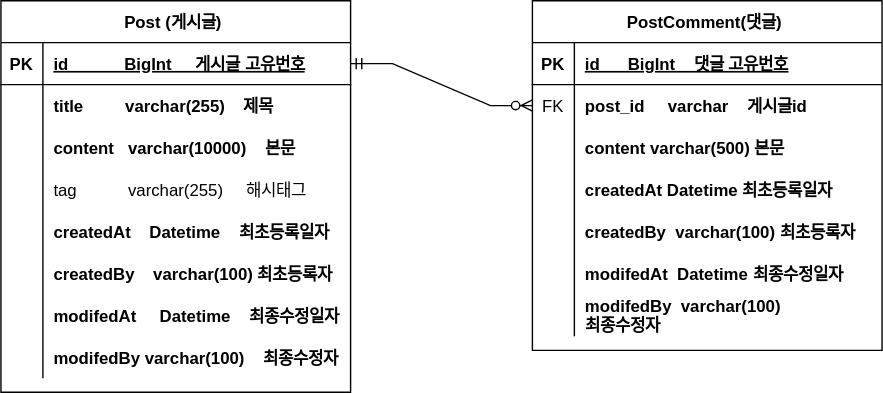
Above: document/spring-board-erd.svg in amy4229/amy-spring-board (draw.io), before the change. Source tidied: cells renumbered, new cells last; positions are measured from the earlier drawing's top-left corner, leaving out a move shared by most shapes.
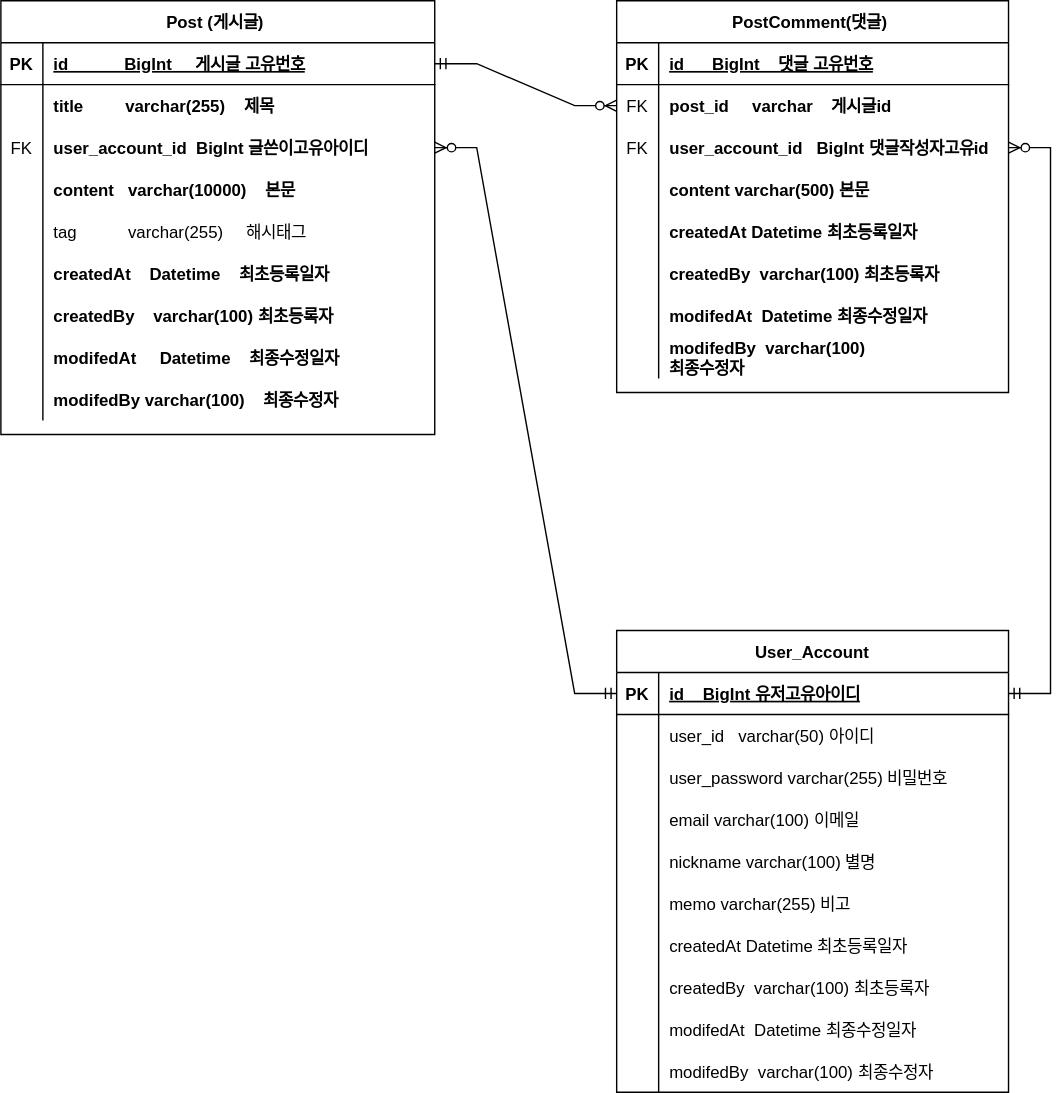
After the change.

Commit message:
#16 유저 도메인 추가를 위한 erd수정

Diff of the diagram source:
```diff
@@ -5,6 +5,6 @@
     <mxCell id="2" value="Post (게시글) " style="shape=table;startSize=30;rowLines=0;fontStyle=1;align=center;" parent="1" vertex="1">
-      <mxGeometry width="250" height="280" as="geometry" />
+      <mxGeometry x="-60" width="310" height="310" as="geometry" />
     </mxCell>
     <mxCell id="3" style="shape=partialRectangle;fillColor=none;points=[[0,0.5],[1,0.5]];portConstraint=eastwest;top=0;left=0;right=0;bottom=1;" parent="2" vertex="1">
-      <mxGeometry y="30" width="250" height="30" as="geometry" />
+      <mxGeometry y="30" width="310" height="30" as="geometry" />
     </mxCell>
@@ -14,6 +14,6 @@
     <mxCell id="5" value="id            BigInt     게시글 고유번호" style="shape=partialRectangle;overflow=hidden;fillColor=none;top=0;left=0;bottom=0;right=0;align=left;spacingLeft=6;fontStyle=5;" parent="3" vertex="1">
-      <mxGeometry x="30" width="220" height="30" as="geometry" />
+      <mxGeometry x="30" width="280" height="30" as="geometry" />
     </mxCell>
     <mxCell id="6" style="shape=partialRectangle;fillColor=none;top=0;left=0;right=0;bottom=0;" parent="2" vertex="1">
-      <mxGeometry y="60" width="250" height="30" as="geometry" />
+      <mxGeometry y="60" width="310" height="30" as="geometry" />
     </mxCell>
@@ -23,6 +23,15 @@
     <mxCell id="8" value="title         varchar(255)    제목" style="shape=partialRectangle;overflow=hidden;fillColor=none;top=0;left=0;bottom=0;right=0;align=left;spacingLeft=6;fontStyle=1;" parent="6" vertex="1">
-      <mxGeometry x="30" width="220" height="30" as="geometry" />
+      <mxGeometry x="30" width="280" height="30" as="geometry" />
     </mxCell>
+    <mxCell id="50" style="shape=partialRectangle;fillColor=none;points=[[0,0.5],[1,0.5]];portConstraint=eastwest;top=0;left=0;right=0;bottom=0;" parent="2" vertex="1">
+      <mxGeometry y="90" width="310" height="30" as="geometry" />
+    </mxCell>
+    <mxCell id="51" value="FK" style="shape=partialRectangle;overflow=hidden;fillColor=none;top=0;left=0;bottom=0;right=0;" parent="50" vertex="1">
+      <mxGeometry width="30" height="30" as="geometry" />
+    </mxCell>
+    <mxCell id="52" value="user_account_id  BigInt 글쓴이고유아이디" style="shape=partialRectangle;overflow=hidden;fillColor=none;top=0;left=0;bottom=0;right=0;align=left;spacingLeft=6;fontStyle=1;" parent="50" vertex="1">
+      <mxGeometry x="30" width="280" height="30" as="geometry" />
+    </mxCell>
     <mxCell id="9" style="shape=partialRectangle;fillColor=none;top=0;left=0;right=0;bottom=0;" parent="2" vertex="1">
-      <mxGeometry y="90" width="250" height="30" as="geometry" />
+      <mxGeometry y="120" width="310" height="30" as="geometry" />
     </mxCell>
@@ -32,6 +41,6 @@
     <mxCell id="11" value="content   varchar(10000)    본문" style="shape=partialRectangle;overflow=hidden;fillColor=none;top=0;left=0;bottom=0;right=0;align=left;spacingLeft=6;fontStyle=1;" parent="9" vertex="1">
-      <mxGeometry x="30" width="220" height="30" as="geometry" />
+      <mxGeometry x="30" width="280" height="30" as="geometry" />
     </mxCell>
     <mxCell id="12" style="shape=partialRectangle;fillColor=none;top=0;left=0;right=0;bottom=0;" parent="2" vertex="1">
-      <mxGeometry y="120" width="250" height="30" as="geometry" />
+      <mxGeometry y="150" width="310" height="30" as="geometry" />
     </mxCell>
@@ -41,6 +50,6 @@
     <mxCell id="14" value="tag           varchar(255)     해시태그" style="shape=partialRectangle;overflow=hidden;fillColor=none;top=0;left=0;bottom=0;right=0;align=left;spacingLeft=6;" parent="12" vertex="1">
-      <mxGeometry x="30" width="220" height="30" as="geometry" />
+      <mxGeometry x="30" width="280" height="30" as="geometry" />
     </mxCell>
     <mxCell id="15" style="shape=partialRectangle;fillColor=none;top=0;left=0;right=0;bottom=0;" parent="2" vertex="1">
-      <mxGeometry y="150" width="250" height="30" as="geometry" />
+      <mxGeometry y="180" width="310" height="30" as="geometry" />
     </mxCell>
@@ -50,6 +59,6 @@
     <mxCell id="17" value="createdAt    Datetime    최초등록일자" style="shape=partialRectangle;overflow=hidden;fillColor=none;top=0;left=0;bottom=0;right=0;align=left;spacingLeft=6;fontStyle=1;" parent="15" vertex="1">
-      <mxGeometry x="30" width="220" height="30" as="geometry" />
+      <mxGeometry x="30" width="280" height="30" as="geometry" />
     </mxCell>
     <mxCell id="18" style="shape=partialRectangle;fillColor=none;top=0;left=0;right=0;bottom=0;" parent="2" vertex="1">
-      <mxGeometry y="180" width="250" height="30" as="geometry" />
+      <mxGeometry y="210" width="310" height="30" as="geometry" />
     </mxCell>
@@ -59,6 +68,6 @@
     <mxCell id="20" value="createdBy    varchar(100) 최초등록자" style="shape=partialRectangle;overflow=hidden;fillColor=none;top=0;left=0;bottom=0;right=0;align=left;spacingLeft=6;fontStyle=1;" parent="18" vertex="1">
-      <mxGeometry x="30" width="220" height="30" as="geometry" />
+      <mxGeometry x="30" width="280" height="30" as="geometry" />
     </mxCell>
     <mxCell id="21" style="shape=partialRectangle;fillColor=none;top=0;left=0;right=0;bottom=0;" parent="2" vertex="1">
-      <mxGeometry y="210" width="250" height="30" as="geometry" />
+      <mxGeometry y="240" width="310" height="30" as="geometry" />
     </mxCell>
@@ -68,6 +77,6 @@
     <mxCell id="23" value="modifedAt     Datetime    최종수정일자" style="shape=partialRectangle;overflow=hidden;fillColor=none;top=0;left=0;bottom=0;right=0;align=left;spacingLeft=6;fontStyle=1;" parent="21" vertex="1">
-      <mxGeometry x="30" width="220" height="30" as="geometry" />
+      <mxGeometry x="30" width="280" height="30" as="geometry" />
     </mxCell>
     <mxCell id="24" style="shape=partialRectangle;fillColor=none;top=0;left=0;right=0;bottom=0;" parent="2" vertex="1">
-      <mxGeometry y="240" width="250" height="30" as="geometry" />
+      <mxGeometry y="270" width="310" height="30" as="geometry" />
     </mxCell>
@@ -77,9 +86,9 @@
     <mxCell id="26" value="modifedBy varchar(100)    최종수정자" style="shape=partialRectangle;overflow=hidden;fillColor=none;top=0;left=0;bottom=0;right=0;align=left;spacingLeft=6;fontStyle=1;" parent="24" vertex="1">
-      <mxGeometry x="30" width="220" height="30" as="geometry" />
+      <mxGeometry x="30" width="280" height="30" as="geometry" />
     </mxCell>
     <mxCell id="27" value="PostComment(댓글) " style="shape=table;startSize=30;rowLines=0;fontStyle=1;align=center;" parent="1" vertex="1">
-      <mxGeometry x="380" width="250" height="250" as="geometry" />
+      <mxGeometry x="380" width="280" height="280" as="geometry" />
     </mxCell>
     <mxCell id="28" style="shape=partialRectangle;fillColor=none;top=0;left=0;right=0;bottom=1;" parent="27" vertex="1">
-      <mxGeometry y="30" width="250" height="30" as="geometry" />
+      <mxGeometry y="30" width="280" height="30" as="geometry" />
     </mxCell>
@@ -89,6 +98,6 @@
     <mxCell id="30" value="id      BigInt    댓글 고유번호" style="shape=partialRectangle;overflow=hidden;fillColor=none;top=0;left=0;bottom=0;right=0;align=left;spacingLeft=6;fontStyle=5;" parent="28" vertex="1">
-      <mxGeometry x="30" width="220" height="30" as="geometry" />
+      <mxGeometry x="30" width="250" height="30" as="geometry" />
     </mxCell>
     <mxCell id="31" style="shape=partialRectangle;fillColor=none;points=[[0,0.5],[1,0.5]];portConstraint=eastwest;top=0;left=0;right=0;bottom=0;" parent="27" vertex="1">
-      <mxGeometry y="60" width="250" height="30" as="geometry" />
+      <mxGeometry y="60" width="280" height="30" as="geometry" />
     </mxCell>
@@ -98,6 +107,15 @@
     <mxCell id="33" value="post_id     varchar    게시글id" style="shape=partialRectangle;overflow=hidden;fillColor=none;top=0;left=0;bottom=0;right=0;align=left;spacingLeft=6;fontStyle=1;" parent="31" vertex="1">
-      <mxGeometry x="30" width="220" height="30" as="geometry" />
+      <mxGeometry x="30" width="250" height="30" as="geometry" />
     </mxCell>
+    <mxCell id="53" style="shape=partialRectangle;fillColor=none;points=[[0,0.5],[1,0.5]];portConstraint=eastwest;top=0;left=0;right=0;bottom=0;" parent="27" vertex="1">
+      <mxGeometry y="90" width="280" height="30" as="geometry" />
+    </mxCell>
+    <mxCell id="54" value="FK" style="shape=partialRectangle;overflow=hidden;fillColor=none;top=0;left=0;bottom=0;right=0;" parent="53" vertex="1">
+      <mxGeometry width="30" height="30" as="geometry" />
+    </mxCell>
+    <mxCell id="55" value="user_account_id   BigInt 댓글작성자고유id" style="shape=partialRectangle;overflow=hidden;fillColor=none;top=0;left=0;bottom=0;right=0;align=left;spacingLeft=6;fontStyle=1;" parent="53" vertex="1">
+      <mxGeometry x="30" width="250" height="30" as="geometry" />
+    </mxCell>
     <mxCell id="34" style="shape=partialRectangle;fillColor=none;top=0;left=0;right=0;bottom=0;" parent="27" vertex="1">
-      <mxGeometry y="90" width="250" height="30" as="geometry" />
+      <mxGeometry y="120" width="280" height="30" as="geometry" />
     </mxCell>
@@ -107,6 +125,6 @@
     <mxCell id="36" value="content varchar(500) 본문" style="shape=partialRectangle;overflow=hidden;fillColor=none;top=0;left=0;bottom=0;right=0;align=left;spacingLeft=6;fontStyle=1;" parent="34" vertex="1">
-      <mxGeometry x="30" width="220" height="30" as="geometry" />
+      <mxGeometry x="30" width="250" height="30" as="geometry" />
     </mxCell>
     <mxCell id="37" style="shape=partialRectangle;fillColor=none;top=0;left=0;right=0;bottom=0;" parent="27" vertex="1">
-      <mxGeometry y="120" width="250" height="30" as="geometry" />
+      <mxGeometry y="150" width="280" height="30" as="geometry" />
     </mxCell>
@@ -116,6 +134,6 @@
     <mxCell id="39" value="createdAt Datetime 최초등록일자" style="shape=partialRectangle;overflow=hidden;fillColor=none;top=0;left=0;bottom=0;right=0;align=left;spacingLeft=6;fontStyle=1;" parent="37" vertex="1">
-      <mxGeometry x="30" width="220" height="30" as="geometry" />
+      <mxGeometry x="30" width="250" height="30" as="geometry" />
     </mxCell>
     <mxCell id="40" style="shape=partialRectangle;fillColor=none;top=0;left=0;right=0;bottom=0;" parent="27" vertex="1">
-      <mxGeometry y="150" width="250" height="30" as="geometry" />
+      <mxGeometry y="180" width="280" height="30" as="geometry" />
     </mxCell>
@@ -125,6 +143,6 @@
     <mxCell id="42" value="createdBy  varchar(100) 최초등록자" style="shape=partialRectangle;overflow=hidden;fillColor=none;top=0;left=0;bottom=0;right=0;align=left;spacingLeft=6;fontStyle=1;" parent="40" vertex="1">
-      <mxGeometry x="30" width="220" height="30" as="geometry" />
+      <mxGeometry x="30" width="250" height="30" as="geometry" />
     </mxCell>
     <mxCell id="43" style="shape=partialRectangle;fillColor=none;top=0;left=0;right=0;bottom=0;" parent="27" vertex="1">
-      <mxGeometry y="180" width="250" height="30" as="geometry" />
+      <mxGeometry y="210" width="280" height="30" as="geometry" />
     </mxCell>
@@ -134,6 +152,6 @@
     <mxCell id="45" value="modifedAt  Datetime 최종수정일자" style="shape=partialRectangle;overflow=hidden;fillColor=none;top=0;left=0;bottom=0;right=0;align=left;spacingLeft=6;fontStyle=1;" parent="43" vertex="1">
-      <mxGeometry x="30" width="220" height="30" as="geometry" />
+      <mxGeometry x="30" width="250" height="30" as="geometry" />
     </mxCell>
     <mxCell id="46" style="shape=partialRectangle;fillColor=none;top=0;left=0;right=0;bottom=0;" parent="27" vertex="1">
-      <mxGeometry y="210" width="250" height="30" as="geometry" />
+      <mxGeometry y="240" width="280" height="30" as="geometry" />
     </mxCell>
@@ -143,3 +161,3 @@
     <mxCell id="48" value="modifedBy  varchar(100)&#10;최종수정자" style="shape=partialRectangle;overflow=hidden;fillColor=none;top=0;left=0;bottom=0;right=0;align=left;spacingLeft=6;fontStyle=1;" parent="46" vertex="1">
-      <mxGeometry x="30" width="220" height="30" as="geometry" />
+      <mxGeometry x="30" width="250" height="30" as="geometry" />
     </mxCell>
@@ -148,2 +166,101 @@
     </mxCell>
+    <mxCell id="56" value="User_Account" style="shape=table;startSize=30;rowLines=0;fontStyle=1;align=center;" parent="1" vertex="1">
+      <mxGeometry x="380" y="450" width="280" height="330" as="geometry" />
+    </mxCell>
+    <mxCell id="57" style="shape=tableRow;horizontal=0;startSize=0;swimlaneHead=0;swimlaneBody=0;fillColor=none;points=[[0,0.5],[1,0.5]];portConstraint=eastwest;top=0;left=0;right=0;bottom=1;" parent="56" vertex="1">
+      <mxGeometry y="30" width="280" height="30" as="geometry" />
+    </mxCell>
+    <mxCell id="58" value="PK" style="shape=partialRectangle;fillColor=none;top=0;left=0;bottom=0;right=0;fontStyle=1;overflow=hidden;" parent="57" vertex="1">
+      <mxGeometry width="30" height="30" as="geometry" />
+    </mxCell>
+    <mxCell id="59" value="id    BigInt 유저고유아이디" style="shape=partialRectangle;fillColor=none;top=0;left=0;bottom=0;right=0;align=left;spacingLeft=6;fontStyle=5;overflow=hidden;" parent="57" vertex="1">
+      <mxGeometry x="30" width="250" height="30" as="geometry" />
+    </mxCell>
+    <mxCell id="60" style="shape=tableRow;horizontal=0;startSize=0;swimlaneHead=0;swimlaneBody=0;fillColor=none;top=0;left=0;right=0;bottom=0;" parent="56" vertex="1">
+      <mxGeometry y="60" width="280" height="30" as="geometry" />
+    </mxCell>
+    <mxCell id="61" style="shape=partialRectangle;fillColor=none;top=0;left=0;bottom=0;right=0;overflow=hidden;" parent="60" vertex="1">
+      <mxGeometry width="30" height="30" as="geometry" />
+    </mxCell>
+    <mxCell id="62" value="user_id   varchar(50) 아이디" style="shape=partialRectangle;fillColor=none;top=0;left=0;bottom=0;right=0;align=left;spacingLeft=6;overflow=hidden;" parent="60" vertex="1">
+      <mxGeometry x="30" width="250" height="30" as="geometry" />
+    </mxCell>
+    <mxCell id="63" style="shape=tableRow;horizontal=0;startSize=0;swimlaneHead=0;swimlaneBody=0;fillColor=none;top=0;left=0;right=0;bottom=0;" parent="56" vertex="1">
+      <mxGeometry y="90" width="280" height="30" as="geometry" />
+    </mxCell>
+    <mxCell id="64" style="shape=partialRectangle;fillColor=none;top=0;left=0;bottom=0;right=0;overflow=hidden;" parent="63" vertex="1">
+      <mxGeometry width="30" height="30" as="geometry" />
+    </mxCell>
+    <mxCell id="65" value="user_password varchar(255) 비밀번호" style="shape=partialRectangle;fillColor=none;top=0;left=0;bottom=0;right=0;align=left;spacingLeft=6;overflow=hidden;" parent="63" vertex="1">
+      <mxGeometry x="30" width="250" height="30" as="geometry" />
+    </mxCell>
+    <mxCell id="66" style="shape=tableRow;horizontal=0;startSize=0;swimlaneHead=0;swimlaneBody=0;fillColor=none;top=0;left=0;right=0;bottom=0;" parent="56" vertex="1">
+      <mxGeometry y="120" width="280" height="30" as="geometry" />
+    </mxCell>
+    <mxCell id="67" style="shape=partialRectangle;fillColor=none;top=0;left=0;bottom=0;right=0;overflow=hidden;" parent="66" vertex="1">
+      <mxGeometry width="30" height="30" as="geometry" />
+    </mxCell>
+    <mxCell id="68" value="email varchar(100) 이메일" style="shape=partialRectangle;fillColor=none;top=0;left=0;bottom=0;right=0;align=left;spacingLeft=6;overflow=hidden;" parent="66" vertex="1">
+      <mxGeometry x="30" width="250" height="30" as="geometry" />
+    </mxCell>
+    <mxCell id="69" style="shape=tableRow;horizontal=0;startSize=0;swimlaneHead=0;swimlaneBody=0;fillColor=none;top=0;left=0;right=0;bottom=0;" parent="56" vertex="1">
+      <mxGeometry y="150" width="280" height="30" as="geometry" />
+    </mxCell>
+    <mxCell id="70" style="shape=partialRectangle;fillColor=none;top=0;left=0;bottom=0;right=0;overflow=hidden;" parent="69" vertex="1">
+      <mxGeometry width="30" height="30" as="geometry" />
+    </mxCell>
+    <mxCell id="71" value="nickname varchar(100) 별명" style="shape=partialRectangle;fillColor=none;top=0;left=0;bottom=0;right=0;align=left;spacingLeft=6;overflow=hidden;" parent="69" vertex="1">
+      <mxGeometry x="30" width="250" height="30" as="geometry" />
+    </mxCell>
+    <mxCell id="72" style="shape=tableRow;horizontal=0;startSize=0;swimlaneHead=0;swimlaneBody=0;fillColor=none;top=0;left=0;right=0;bottom=0;" parent="56" vertex="1">
+      <mxGeometry y="180" width="280" height="30" as="geometry" />
+    </mxCell>
+    <mxCell id="73" style="shape=partialRectangle;fillColor=none;top=0;left=0;bottom=0;right=0;overflow=hidden;" parent="72" vertex="1">
+      <mxGeometry width="30" height="30" as="geometry" />
+    </mxCell>
+    <mxCell id="74" value="memo varchar(255) 비고" style="shape=partialRectangle;fillColor=none;top=0;left=0;bottom=0;right=0;align=left;spacingLeft=6;overflow=hidden;" parent="72" vertex="1">
+      <mxGeometry x="30" width="250" height="30" as="geometry" />
+    </mxCell>
+    <mxCell id="75" style="shape=tableRow;horizontal=0;startSize=0;swimlaneHead=0;swimlaneBody=0;fillColor=none;top=0;left=0;right=0;bottom=0;" parent="56" vertex="1">
+      <mxGeometry y="210" width="280" height="30" as="geometry" />
+    </mxCell>
+    <mxCell id="76" style="shape=partialRectangle;fillColor=none;top=0;left=0;bottom=0;right=0;overflow=hidden;" parent="75" vertex="1">
+      <mxGeometry width="30" height="30" as="geometry" />
+    </mxCell>
+    <mxCell id="77" value="createdAt Datetime 최초등록일자" style="shape=partialRectangle;fillColor=none;top=0;left=0;bottom=0;right=0;align=left;spacingLeft=6;overflow=hidden;" parent="75" vertex="1">
+      <mxGeometry x="30" width="250" height="30" as="geometry" />
+    </mxCell>
+    <mxCell id="78" style="shape=tableRow;horizontal=0;startSize=0;swimlaneHead=0;swimlaneBody=0;fillColor=none;top=0;left=0;right=0;bottom=0;" parent="56" vertex="1">
+      <mxGeometry y="240" width="280" height="30" as="geometry" />
+    </mxCell>
+    <mxCell id="79" style="shape=partialRectangle;fillColor=none;top=0;left=0;bottom=0;right=0;overflow=hidden;" parent="78" vertex="1">
+      <mxGeometry width="30" height="30" as="geometry" />
+    </mxCell>
+    <mxCell id="80" value="createdBy  varchar(100) 최초등록자" style="shape=partialRectangle;fillColor=none;top=0;left=0;bottom=0;right=0;align=left;spacingLeft=6;overflow=hidden;" parent="78" vertex="1">
+      <mxGeometry x="30" width="250" height="30" as="geometry" />
+    </mxCell>
+    <mxCell id="81" style="shape=tableRow;horizontal=0;startSize=0;swimlaneHead=0;swimlaneBody=0;fillColor=none;top=0;left=0;right=0;bottom=0;" parent="56" vertex="1">
+      <mxGeometry y="270" width="280" height="30" as="geometry" />
+    </mxCell>
+    <mxCell id="82" style="shape=partialRectangle;fillColor=none;top=0;left=0;bottom=0;right=0;overflow=hidden;" parent="81" vertex="1">
+      <mxGeometry width="30" height="30" as="geometry" />
+    </mxCell>
+    <mxCell id="83" value="modifedAt  Datetime 최종수정일자" style="shape=partialRectangle;fillColor=none;top=0;left=0;bottom=0;right=0;align=left;spacingLeft=6;overflow=hidden;" parent="81" vertex="1">
+      <mxGeometry x="30" width="250" height="30" as="geometry" />
+    </mxCell>
+    <mxCell id="84" style="shape=tableRow;horizontal=0;startSize=0;swimlaneHead=0;swimlaneBody=0;fillColor=none;top=0;left=0;right=0;bottom=0;" parent="56" vertex="1">
+      <mxGeometry y="300" width="280" height="30" as="geometry" />
+    </mxCell>
+    <mxCell id="85" style="shape=partialRectangle;fillColor=none;top=0;left=0;bottom=0;right=0;overflow=hidden;" parent="84" vertex="1">
+      <mxGeometry width="30" height="30" as="geometry" />
+    </mxCell>
+    <mxCell id="86" value="modifedBy  varchar(100) 최종수정자" style="shape=partialRectangle;fillColor=none;top=0;left=0;bottom=0;right=0;align=left;spacingLeft=6;overflow=hidden;" parent="84" vertex="1">
+      <mxGeometry x="30" width="250" height="30" as="geometry" />
+    </mxCell>
+    <mxCell id="87" style="edgeStyle=entityRelationEdgeStyle;fontSize=12;html=1;endArrow=ERzeroToMany;startArrow=ERmandOne;rounded=0;entryX=1;entryY=0.5;entryDx=0;entryDy=0;exitX=1;exitY=0.5;exitDx=0;exitDy=0;" parent="1" edge="1" source="57" target="53">
+      <mxGeometry relative="1" as="geometry" />
+    </mxCell>
+    <mxCell id="88" style="edgeStyle=entityRelationEdgeStyle;fontSize=12;html=1;endArrow=ERzeroToMany;startArrow=ERmandOne;rounded=0;entryX=1;entryY=0.5;entryDx=0;entryDy=0;" parent="1" edge="1" source="57" target="50">
+      <mxGeometry relative="1" as="geometry" />
+    </mxCell>
   </root>
```
